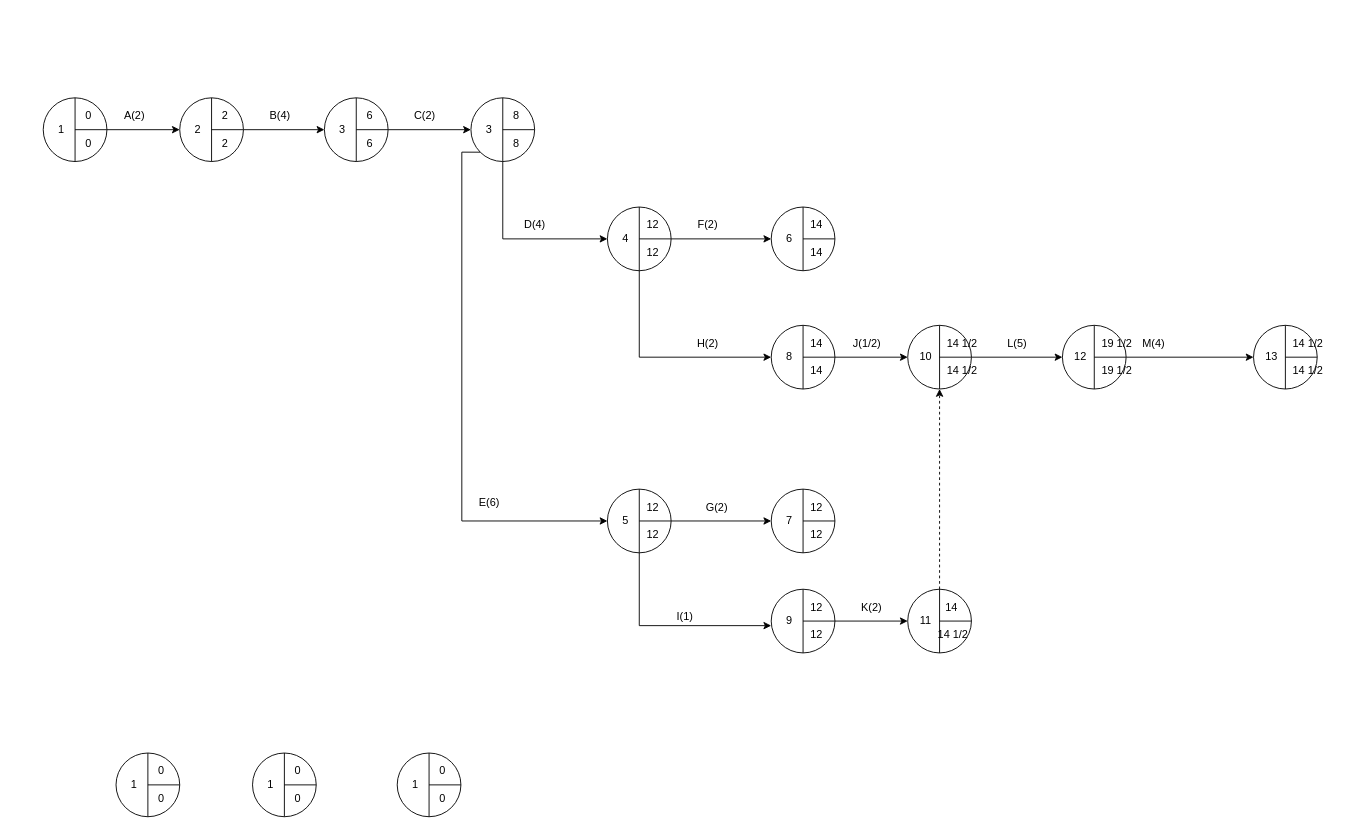
Luchit0-afk/Diagramas keeps this draw.io diagram as IngenieriaSoftware/Practica2/ej8.drawio. Above is the earlier version. Source tidied: cells renumbered, new cells numbered last; positions are measured from the earlier drawing's top-left corner, leaving out a move shared by most shapes. Both pictures are drawn from the tidied source at 91%, with x=0, y=0 at pixel (43, 97).
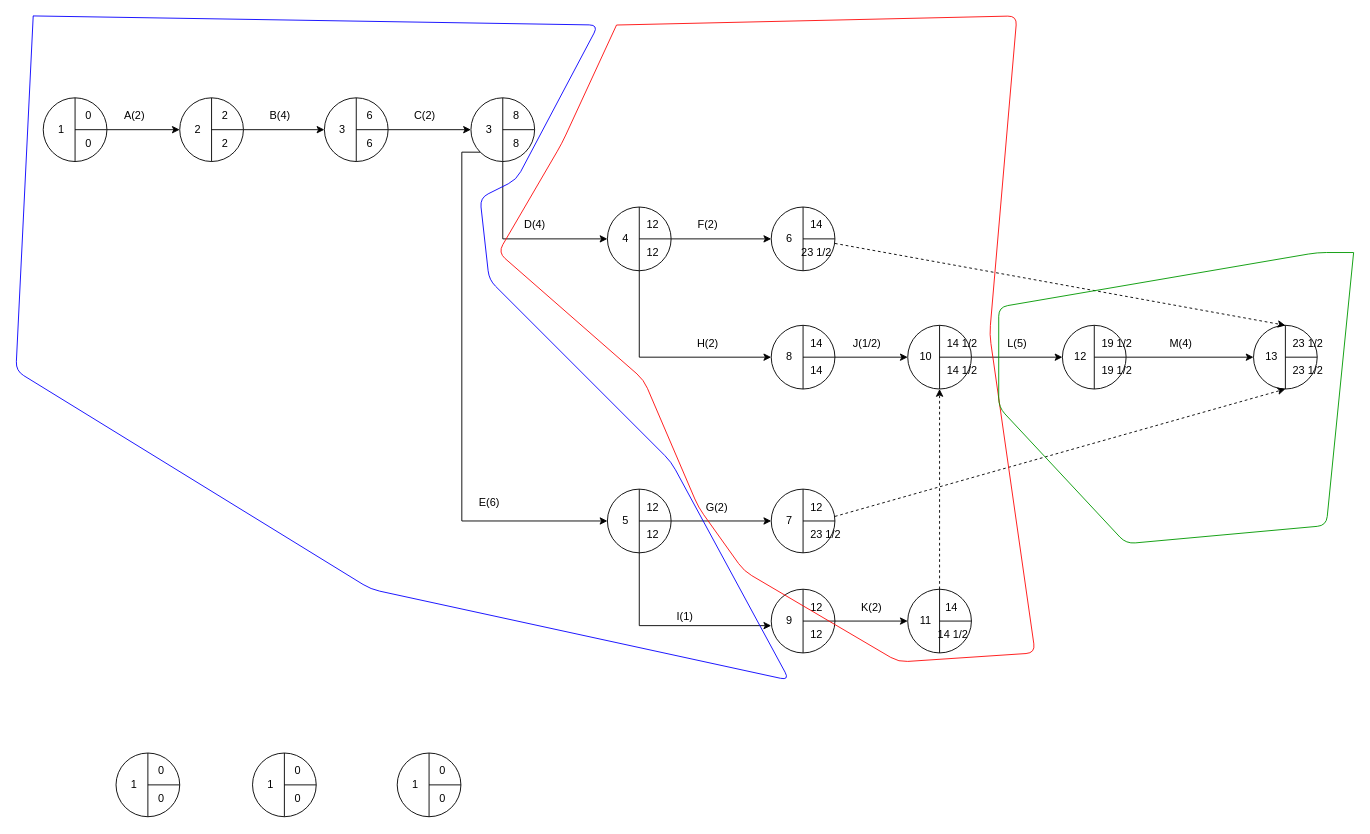
Above is the later version.

Unchanged cells that the change refers to:
```xml
<mxCell id="78" value="12" style="text;html=1;strokeColor=none;fillColor=none;align=center;verticalAlign=middle;whiteSpace=wrap;rounded=0;" parent="1" vertex="1">
  <mxGeometry x="830" y="440" width="40" height="20" as="geometry" />
</mxCell>
<mxCell id="124" style="ellipse;whiteSpace=wrap;html=1;" parent="1" vertex="1">
  <mxGeometry x="1330" y="250" width="70" height="70" as="geometry" />
</mxCell>
```

Change to the diagram source:
```diff
@@
-    <mxCell id="73" value="14" style="text;html=1;strokeColor=none;fillColor=none;align=center;verticalAlign=middle;whiteSpace=wrap;rounded=0;" parent="1" vertex="1">
+    <mxCell id="73" value="23 1/2" style="text;html=1;strokeColor=none;fillColor=none;align=center;verticalAlign=middle;whiteSpace=wrap;rounded=0;" parent="1" vertex="1">
       <mxGeometry x="830" y="160" width="40" height="20" as="geometry" />
     </mxCell>
@@
-    <mxCell id="79" value="12" style="text;html=1;strokeColor=none;fillColor=none;align=center;verticalAlign=middle;whiteSpace=wrap;rounded=0;" parent="1" vertex="1">
-      <mxGeometry x="830" y="470" width="40" height="20" as="geometry" />
+    <mxCell id="79" value="23 1/2" style="text;html=1;strokeColor=none;fillColor=none;align=center;verticalAlign=middle;whiteSpace=wrap;rounded=0;" parent="1" vertex="1">
+      <mxGeometry x="840" y="470" width="40" height="20" as="geometry" />
     </mxCell>
@@
-    <mxCell id="127" value="14 1/2" style="text;html=1;strokeColor=none;fillColor=none;align=center;verticalAlign=middle;whiteSpace=wrap;rounded=0;" parent="1" vertex="1">
+    <mxCell id="127" value="23 1/2" style="text;html=1;strokeColor=none;fillColor=none;align=center;verticalAlign=middle;whiteSpace=wrap;rounded=0;" parent="1" vertex="1">
       <mxGeometry x="1370" y="260" width="40" height="20" as="geometry" />
     </mxCell>
-    <mxCell id="128" value="14 1/2" style="text;html=1;strokeColor=none;fillColor=none;align=center;verticalAlign=middle;whiteSpace=wrap;rounded=0;" parent="1" vertex="1">
+    <mxCell id="128" value="23 1/2" style="text;html=1;strokeColor=none;fillColor=none;align=center;verticalAlign=middle;whiteSpace=wrap;rounded=0;" parent="1" vertex="1">
       <mxGeometry x="1370" y="290" width="40" height="20" as="geometry" />
     </mxCell>
@@
     <mxCell id="130" value="M(4)" style="text;html=1;align=center;verticalAlign=middle;strokeColor=none;fillColor=none;" parent="1" vertex="1">
-      <mxGeometry x="1200" y="260" width="40" height="20" as="geometry" />
+      <mxGeometry x="1230" y="260" width="40" height="20" as="geometry" />
     </mxCell>
+    <mxCell id="131" style="html=1;labelBackgroundColor=#ffffff;startArrow=none;startFill=0;startSize=6;endArrow=classic;endFill=1;endSize=6;jettySize=auto;strokeWidth=1;dashed=1;fontSize=14;entryX=0.5;entryY=1;entryDx=0;entryDy=0;exitX=1;exitY=1;exitDx=0;exitDy=0;" parent="1" edge="1" source="78" target="124">
+      <mxGeometry relative="1" as="geometry" />
+    </mxCell>
+    <mxCell id="132" style="html=1;labelBackgroundColor=#ffffff;startArrow=none;startFill=0;startSize=6;endArrow=classic;endFill=1;endSize=6;jettySize=auto;strokeWidth=1;dashed=1;fontSize=14;entryX=0.5;entryY=0;entryDx=0;entryDy=0;exitX=1;exitY=0;exitDx=0;exitDy=0;" parent="1" edge="1" source="73" target="124">
+      <mxGeometry relative="1" as="geometry" />
+    </mxCell>
+    <mxCell id="133" style="endArrow=none;html=1;fillColor=#0612C4;strokeColor=#0800FF;" parent="1" edge="1">
+      <mxGeometry relative="1" as="geometry">
+        <mxPoint x="-11.2" y="-90" as="sourcePoint" />
+        <mxPoint x="-11" y="-90" as="targetPoint" />
+        <Array as="points">
+          <mxPoint x="610" y="-80" />
+          <mxPoint x="520" y="90" />
+          <mxPoint x="480" y="110" />
+          <mxPoint x="490" y="200" />
+          <mxPoint x="690" y="400" />
+          <mxPoint x="820" y="640" />
+          <mxPoint x="360" y="540" />
+          <mxPoint x="-30" y="300" />
+        </Array>
+      </mxGeometry>
+    </mxCell>
+    <mxCell id="134" style="endArrow=none;html=1;strokeColor=#FF0D0D;fillColor=#FFFF66;" parent="1" edge="1">
+      <mxGeometry relative="1" as="geometry">
+        <mxPoint x="630" y="-80" as="sourcePoint" />
+        <mxPoint x="630" y="-80" as="targetPoint" />
+        <Array as="points">
+          <mxPoint x="570" y="50" />
+          <mxPoint x="500" y="170" />
+          <mxPoint x="660" y="310" />
+          <mxPoint x="720" y="450" />
+          <mxPoint x="770" y="520" />
+          <mxPoint x="940" y="620" />
+          <mxPoint x="1090" y="610" />
+          <mxPoint x="1040" y="260" />
+          <mxPoint x="1070" y="-90" />
+        </Array>
+      </mxGeometry>
+    </mxCell>
+    <mxCell id="135" style="endArrow=none;html=1;strokeColor=#009900;fillColor=#FFFF66;" parent="1" edge="1">
+      <mxGeometry relative="1" as="geometry">
+        <mxPoint x="1440" y="170" as="sourcePoint" />
+        <mxPoint x="1440" y="170" as="targetPoint" />
+        <Array as="points">
+          <mxPoint x="1410" y="470" />
+          <mxPoint x="1190" y="490" />
+          <mxPoint x="1050" y="340" />
+          <mxPoint x="1050" y="230" />
+          <mxPoint x="1400" y="170" />
+        </Array>
+      </mxGeometry>
+    </mxCell>
```
